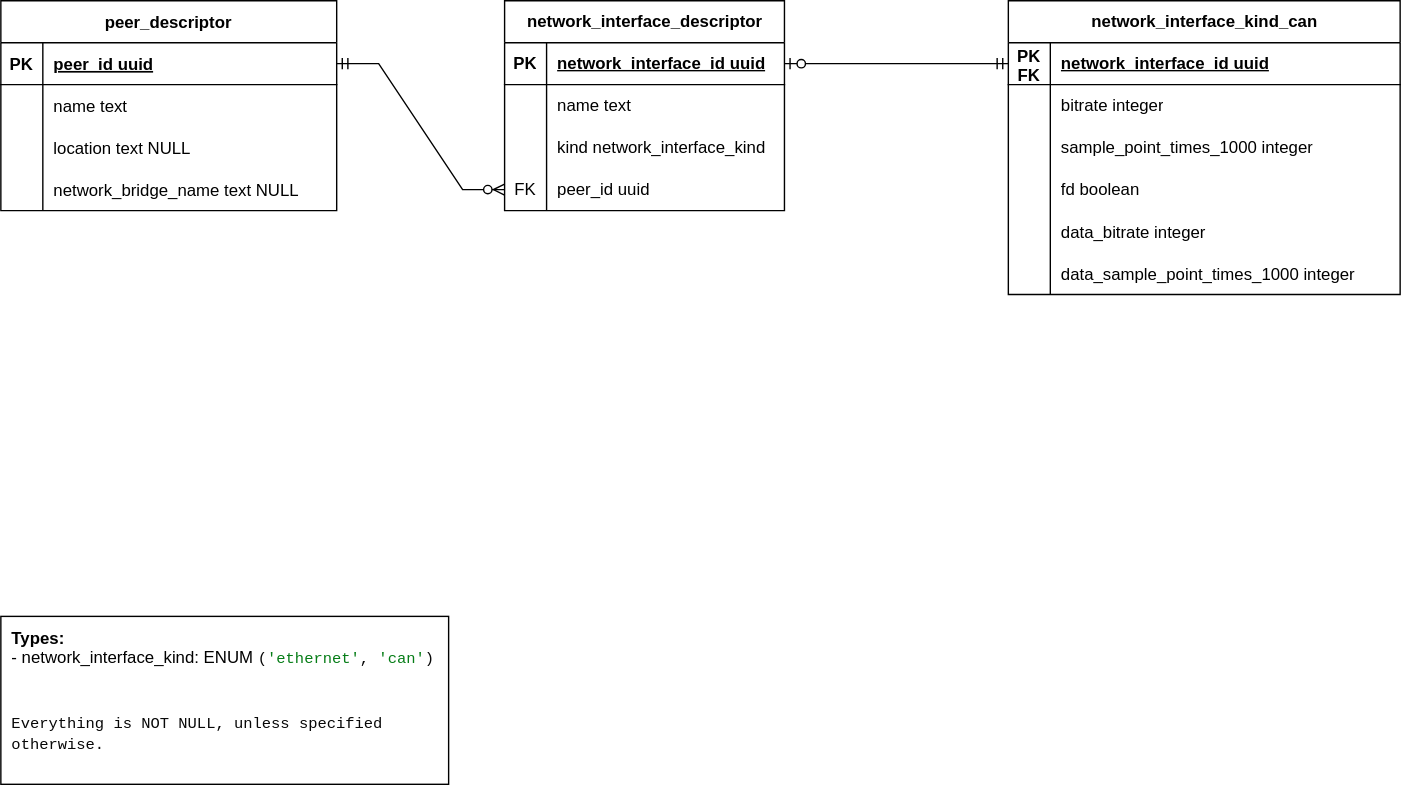
The draw.io diagram doc/src/architecture/carl/img/database-schema.svg in eclipse-opendut/opendut, before a commit. Source tidied: cells renumbered, new cells last; positions are measured from the earlier drawing's top-left corner, leaving out a move shared by most shapes.
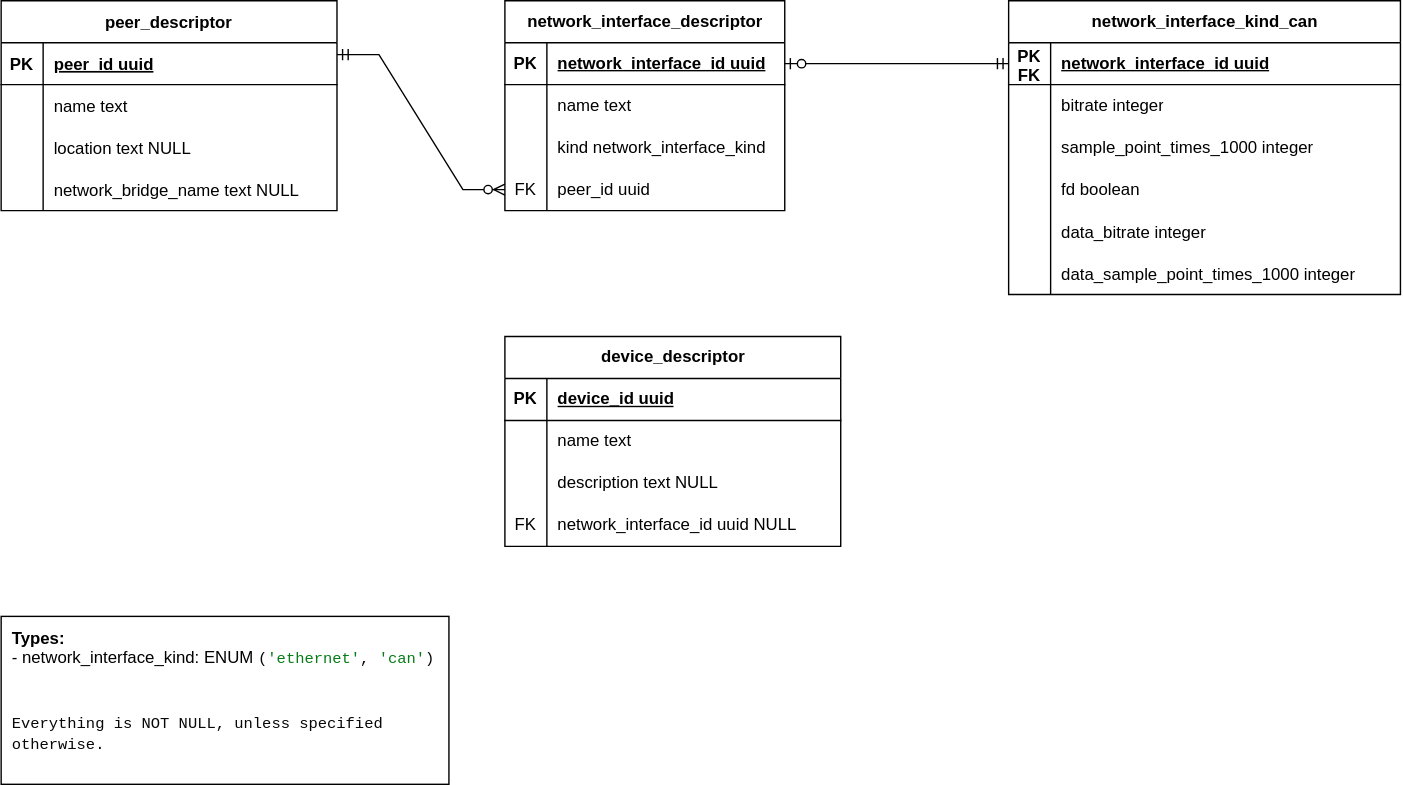
The same diagram one commit later.

The edit, as a diff of the source:
```diff
@@ -80,7 +80,7 @@
     <mxCell id="27" value="peer_id uuid" style="shape=partialRectangle;fillColor=none;top=0;left=0;bottom=0;right=0;align=left;spacingLeft=6;fontStyle=0;overflow=hidden;whiteSpace=wrap;html=1;" parent="25" vertex="1">
       <mxGeometry x="30" width="170" height="30" as="geometry" />
     </mxCell>
-    <mxCell id="28" style="edgeStyle=entityRelationEdgeStyle;fontSize=12;html=1;endArrow=ERzeroToMany;startArrow=ERmandOne;rounded=0;entryX=0;entryY=0.5;entryDx=0;entryDy=0;exitX=1;exitY=0.5;exitDx=0;exitDy=0;" parent="1" edge="1" source="3" target="25">
+    <mxCell id="28" style="edgeStyle=entityRelationEdgeStyle;fontSize=12;html=1;endArrow=ERzeroToMany;startArrow=ERmandOne;rounded=0;entryX=0;entryY=0.5;entryDx=0;entryDy=0;exitX=1;exitY=0.285;exitDx=0;exitDy=0;exitPerimeter=0;" parent="1" edge="1" source="3" target="25">
       <mxGeometry relative="1" as="geometry" />
     </mxCell>
     <mxCell id="29" value="network_interface_kind_can" style="shape=table;startSize=30;rowLines=0;fontStyle=1;align=center;html=1;" parent="1" vertex="1">
@@ -146,5 +146,44 @@
     <mxCell id="49" value="&lt;b&gt;Types:&lt;/b&gt;&lt;br&gt;- network_interface_kind:&amp;nbsp;ENUM &lt;span style=&quot;font-family: &amp;quot;Fira Code&amp;quot;, monospace; font-size: 8.3pt; background-color: rgb(255, 255, 255); color: rgb(8, 8, 8);&quot;&gt;(&lt;/span&gt;&lt;span style=&quot;font-family: &amp;quot;Fira Code&amp;quot;, monospace; font-size: 8.3pt; background-color: rgb(255, 255, 255); color: rgb(6, 125, 23);&quot;&gt;'ethernet'&lt;/span&gt;&lt;span style=&quot;font-family: &amp;quot;Fira Code&amp;quot;, monospace; font-size: 8.3pt; background-color: rgb(255, 255, 255); color: rgb(8, 8, 8);&quot;&gt;, &lt;/span&gt;&lt;span style=&quot;font-family: &amp;quot;Fira Code&amp;quot;, monospace; font-size: 8.3pt; background-color: rgb(255, 255, 255); color: rgb(6, 125, 23);&quot;&gt;'can'&lt;/span&gt;&lt;span style=&quot;font-family: &amp;quot;Fira Code&amp;quot;, monospace; font-size: 8.3pt; background-color: rgb(255, 255, 255); color: rgb(8, 8, 8);&quot;&gt;)&lt;br&gt;&lt;br&gt;&lt;br&gt;Everything is NOT NULL, unless specified otherwise.&lt;br&gt;&lt;/span&gt;" style="text;html=1;strokeColor=default;fillColor=none;align=left;verticalAlign=top;whiteSpace=wrap;rounded=0;spacing=4;spacingTop=0;spacingBottom=0;horizontal=1;spacingLeft=4;glass=0;shadow=0;" parent="1" vertex="1">
       <mxGeometry y="440" width="320" height="120" as="geometry" />
     </mxCell>
+    <mxCell id="50" value="device_descriptor" style="shape=table;startSize=30;rowLines=0;fontStyle=1;align=center;html=1;" parent="1" vertex="1">
+      <mxGeometry x="360" y="240" width="240" height="150" as="geometry" />
+    </mxCell>
+    <mxCell id="51" style="shape=tableRow;horizontal=0;startSize=0;swimlaneHead=0;swimlaneBody=0;fillColor=none;top=0;left=0;right=0;bottom=1;" parent="50" vertex="1">
+      <mxGeometry y="30" width="240" height="30" as="geometry" />
+    </mxCell>
+    <mxCell id="52" value="PK" style="shape=partialRectangle;fillColor=none;top=0;left=0;bottom=0;right=0;fontStyle=1;overflow=hidden;whiteSpace=wrap;html=1;" parent="51" vertex="1">
+      <mxGeometry width="30" height="30" as="geometry" />
+    </mxCell>
+    <mxCell id="53" value="device_id uuid" style="shape=partialRectangle;fillColor=none;top=0;left=0;bottom=0;right=0;align=left;spacingLeft=6;fontStyle=5;overflow=hidden;whiteSpace=wrap;html=1;" parent="51" vertex="1">
+      <mxGeometry x="30" width="210" height="30" as="geometry" />
+    </mxCell>
+    <mxCell id="54" style="shape=tableRow;horizontal=0;startSize=0;swimlaneHead=0;swimlaneBody=0;fillColor=none;top=0;left=0;right=0;bottom=0;" parent="50" vertex="1">
+      <mxGeometry y="60" width="240" height="30" as="geometry" />
+    </mxCell>
+    <mxCell id="55" style="shape=partialRectangle;fillColor=none;top=0;left=0;bottom=0;right=0;overflow=hidden;whiteSpace=wrap;html=1;" parent="54" vertex="1">
+      <mxGeometry width="30" height="30" as="geometry" />
+    </mxCell>
+    <mxCell id="56" value="name text" style="shape=partialRectangle;fillColor=none;top=0;left=0;bottom=0;right=0;align=left;spacingLeft=6;overflow=hidden;whiteSpace=wrap;html=1;" parent="54" vertex="1">
+      <mxGeometry x="30" width="210" height="30" as="geometry" />
+    </mxCell>
+    <mxCell id="57" style="shape=tableRow;horizontal=0;startSize=0;swimlaneHead=0;swimlaneBody=0;fillColor=none;top=0;left=0;right=0;bottom=0;" parent="50" vertex="1">
+      <mxGeometry y="90" width="240" height="30" as="geometry" />
+    </mxCell>
+    <mxCell id="58" style="shape=partialRectangle;fillColor=none;top=0;left=0;bottom=0;right=0;overflow=hidden;whiteSpace=wrap;html=1;" parent="57" vertex="1">
+      <mxGeometry width="30" height="30" as="geometry" />
+    </mxCell>
+    <mxCell id="59" value="description text NULL" style="shape=partialRectangle;fillColor=none;top=0;left=0;bottom=0;right=0;align=left;spacingLeft=6;overflow=hidden;whiteSpace=wrap;html=1;" parent="57" vertex="1">
+      <mxGeometry x="30" width="210" height="30" as="geometry" />
+    </mxCell>
+    <mxCell id="60" style="shape=tableRow;horizontal=0;startSize=0;swimlaneHead=0;swimlaneBody=0;fillColor=none;top=0;left=0;right=0;bottom=0;" parent="50" vertex="1">
+      <mxGeometry y="120" width="240" height="30" as="geometry" />
+    </mxCell>
+    <mxCell id="61" value="FK" style="shape=partialRectangle;fillColor=none;top=0;left=0;bottom=0;right=0;fontStyle=0;overflow=hidden;whiteSpace=wrap;html=1;" parent="60" vertex="1">
+      <mxGeometry width="30" height="30" as="geometry" />
+    </mxCell>
+    <mxCell id="62" value="network_interface_id uuid NULL" style="shape=partialRectangle;fillColor=none;top=0;left=0;bottom=0;right=0;align=left;spacingLeft=6;fontStyle=0;overflow=hidden;whiteSpace=wrap;html=1;" parent="60" vertex="1">
+      <mxGeometry x="30" width="210" height="30" as="geometry" />
+    </mxCell>
   </root>
 </mxGraphModel>
```
